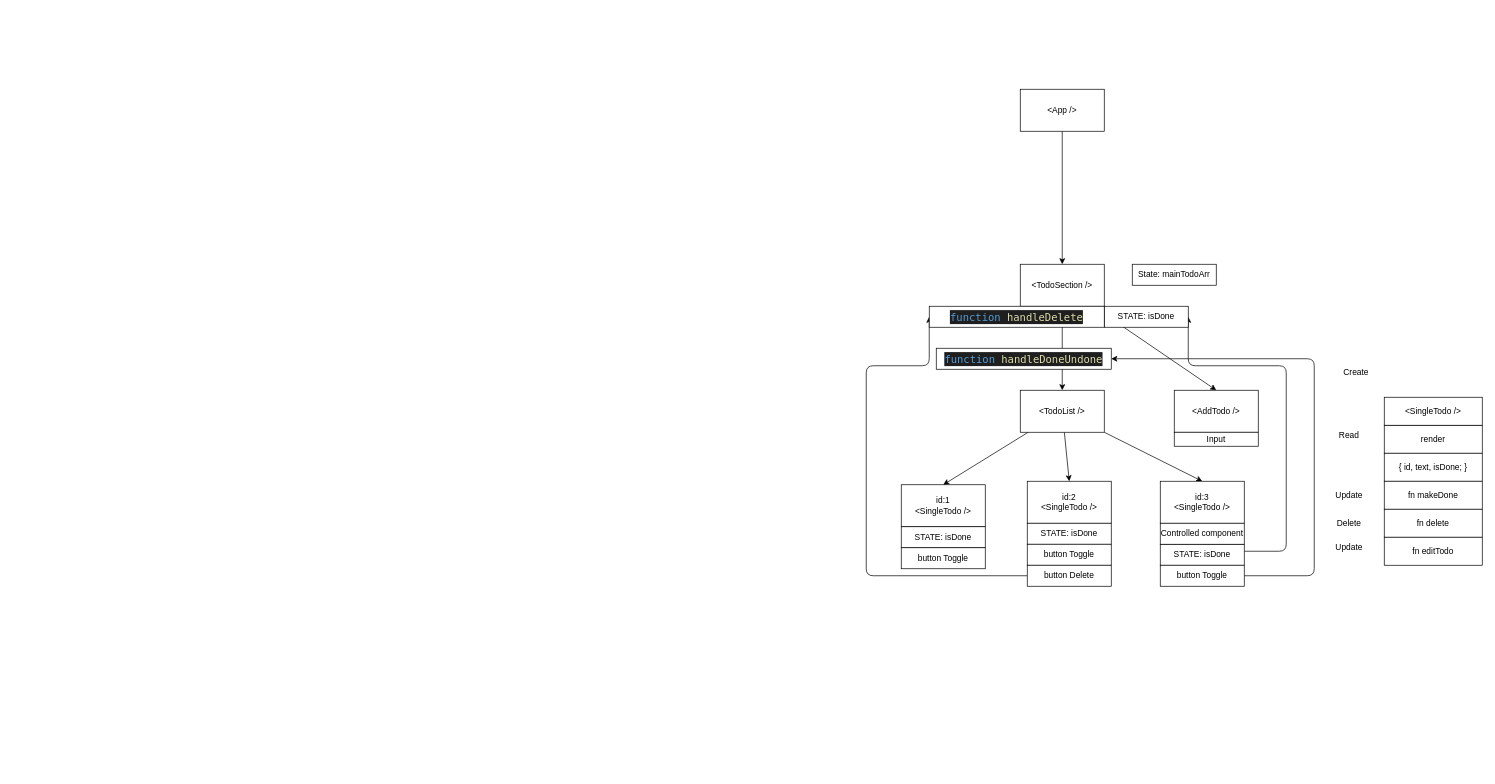
MariusCodeAcademy/type19_06_todo_crud_app keeps this draw.io diagram as todo.drawio. Above is the earlier version. Source tidied: cells renumbered, new cells numbered last; positions are measured from the earlier drawing's top-left corner, leaving out a move shared by most shapes. Both pictures are drawn from the tidied source at 70%, with x=0, y=0 at pixel (866, 89).
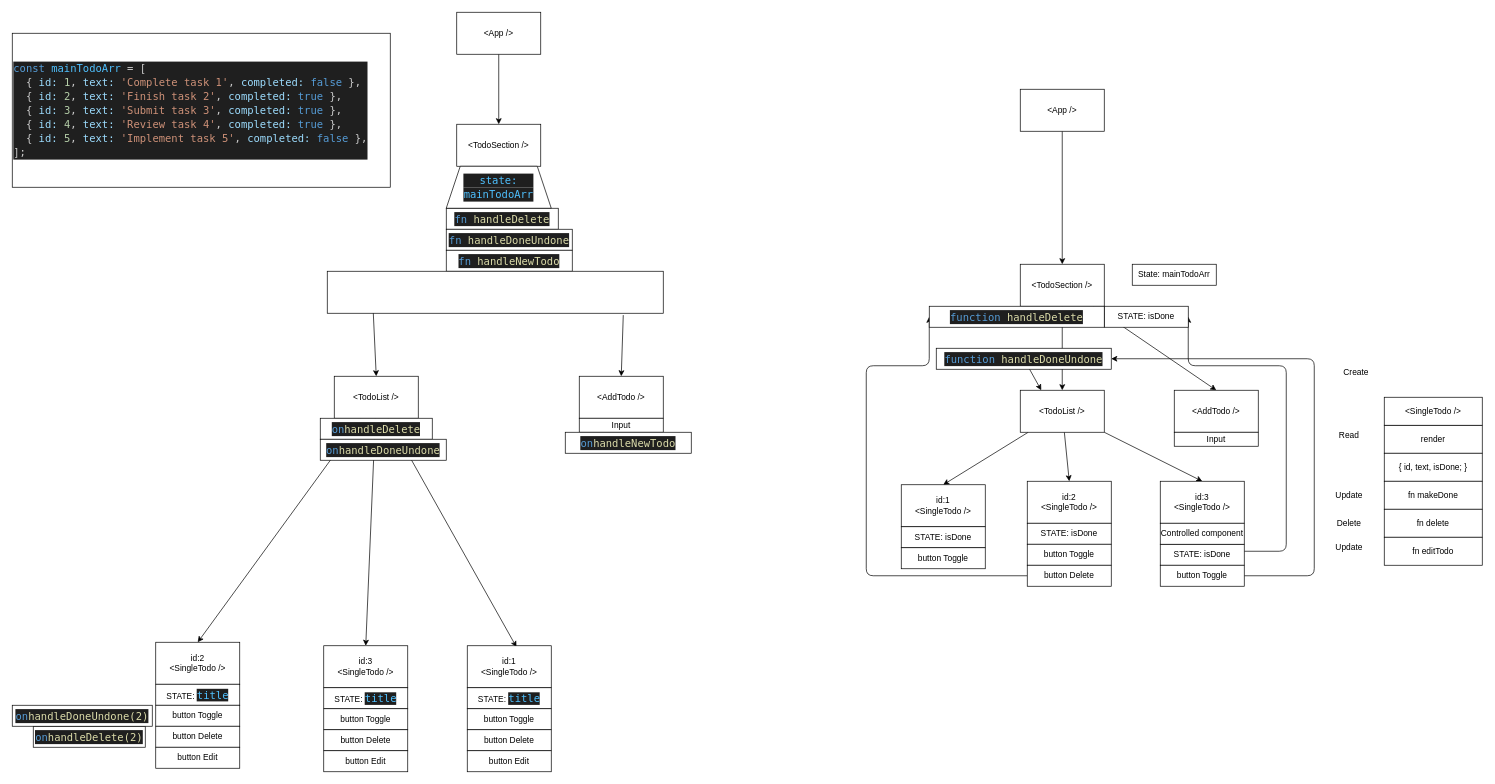
Above is the later version.

Commit message (it also covers changes not shown here):
todoList + draw

Unchanged cells that the change refers to:
```xml
<mxCell id="19" value="&amp;lt;TodoList /&amp;gt;" style="rounded=0;whiteSpace=wrap;html=1;" parent="1" vertex="1">
  <mxGeometry x="220" y="430" width="120" height="60" as="geometry" />
</mxCell>
<mxCell id="39" value="&lt;div style=&quot;color: rgb(204, 204, 204); background-color: rgb(31, 31, 31); font-family: &amp;quot;Cascadia code PL&amp;quot;, Menlo, Monaco, &amp;quot;Courier New&amp;quot;, monospace, Consolas, &amp;quot;Courier New&amp;quot;, monospace; font-size: 15px; line-height: 20px;&quot;&gt;&lt;span style=&quot;color: #569cd6;&quot;&gt;function&lt;/span&gt; &lt;span style=&quot;color: #dcdcaa;&quot;&gt;handleDoneUndone&lt;/span&gt;&lt;/div&gt;" style="rounded=0;whiteSpace=wrap;html=1;" parent="1" vertex="1">
  <mxGeometry x="100" y="370" width="250" height="30" as="geometry" />
</mxCell>
```

What changed in the source:
```diff
@@
+    <mxCell id="42" style="edgeStyle=none;html=1;entryX=0.25;entryY=0;entryDx=0;entryDy=0;" parent="1" edge="1" source="39" target="19">
+      <mxGeometry relative="1" as="geometry" />
+    </mxCell>
@@
+    <mxCell id="43" style="edgeStyle=none;html=1;entryX=0.5;entryY=0;entryDx=0;entryDy=0;" parent="1" edge="1" source="44" target="45">
+      <mxGeometry relative="1" as="geometry" />
+    </mxCell>
+    <mxCell id="44" value="&amp;lt;App /&amp;gt;" style="rounded=0;whiteSpace=wrap;html=1;" parent="1" vertex="1">
+      <mxGeometry x="-585" y="-110" width="120" height="60" as="geometry" />
+    </mxCell>
+    <mxCell id="45" value="&amp;lt;TodoSection /&amp;gt;" style="rounded=0;whiteSpace=wrap;html=1;" parent="1" vertex="1">
+      <mxGeometry x="-585" y="50" width="120" height="60" as="geometry" />
+    </mxCell>
+    <mxCell id="46" value="&lt;div style=&quot;background-color: rgb(31, 31, 31); font-family: &amp;quot;Cascadia code PL&amp;quot;, Menlo, Monaco, &amp;quot;Courier New&amp;quot;, monospace, Consolas, &amp;quot;Courier New&amp;quot;, monospace; font-size: 15px; line-height: 20px;&quot;&gt;&lt;font color=&quot;#569cd6&quot;&gt;fn&amp;nbsp;&lt;/font&gt;&lt;span style=&quot;color: rgb(220, 220, 170);&quot;&gt;handleDelete&lt;/span&gt;&lt;/div&gt;" style="rounded=0;whiteSpace=wrap;html=1;" parent="1" vertex="1">
+      <mxGeometry x="-600" y="170" width="160" height="30" as="geometry" />
+    </mxCell>
+    <mxCell id="47" value="&lt;div style=&quot;color: rgb(204, 204, 204); background-color: rgb(31, 31, 31); font-family: &amp;quot;Cascadia code PL&amp;quot;, Menlo, Monaco, &amp;quot;Courier New&amp;quot;, monospace, Consolas, &amp;quot;Courier New&amp;quot;, monospace; font-size: 15px; line-height: 20px;&quot;&gt;&lt;span style=&quot;color: #569cd6;&quot;&gt;fn&lt;/span&gt; &lt;span style=&quot;color: #dcdcaa;&quot;&gt;handleDoneUndone&lt;/span&gt;&lt;/div&gt;" style="rounded=0;whiteSpace=wrap;html=1;" parent="1" vertex="1">
+      <mxGeometry x="-600" y="200" width="180" height="30" as="geometry" />
+    </mxCell>
+    <mxCell id="48" value="&lt;div style=&quot;color: rgb(204, 204, 204); background-color: rgb(31, 31, 31); font-family: &amp;quot;Cascadia code PL&amp;quot;, Menlo, Monaco, &amp;quot;Courier New&amp;quot;, monospace, Consolas, &amp;quot;Courier New&amp;quot;, monospace; font-size: 15px; line-height: 20px;&quot;&gt;&lt;span style=&quot;color: #569cd6;&quot;&gt;fn&lt;/span&gt;&amp;nbsp;&lt;span style=&quot;color: rgb(220, 220, 170);&quot;&gt;handleNewTodo&lt;/span&gt;&lt;/div&gt;" style="rounded=0;whiteSpace=wrap;html=1;" parent="1" vertex="1">
+      <mxGeometry x="-600" y="230" width="180" height="30" as="geometry" />
+    </mxCell>
+    <mxCell id="49" style="edgeStyle=none;html=1;entryX=0.5;entryY=0;entryDx=0;entryDy=0;exitX=0.881;exitY=1.045;exitDx=0;exitDy=0;exitPerimeter=0;" parent="1" edge="1" source="51" target="52">
+      <mxGeometry relative="1" as="geometry" />
+    </mxCell>
+    <mxCell id="50" style="edgeStyle=none;html=1;entryX=0.5;entryY=0;entryDx=0;entryDy=0;exitX=0.137;exitY=0.992;exitDx=0;exitDy=0;exitPerimeter=0;" parent="1" edge="1" source="51" target="57">
+      <mxGeometry relative="1" as="geometry" />
+    </mxCell>
+    <mxCell id="51" style="rounded=0;whiteSpace=wrap;html=1;" parent="1" vertex="1">
+      <mxGeometry x="-770" y="260" width="480" height="60" as="geometry" />
+    </mxCell>
+    <mxCell id="52" value="&amp;lt;AddTodo /&amp;gt;" style="rounded=0;whiteSpace=wrap;html=1;" parent="1" vertex="1">
+      <mxGeometry x="-410" y="410" width="120" height="60" as="geometry" />
+    </mxCell>
+    <mxCell id="53" value="Input" style="rounded=0;whiteSpace=wrap;html=1;" parent="1" vertex="1">
+      <mxGeometry x="-410" y="470" width="120" height="20" as="geometry" />
+    </mxCell>
+    <mxCell id="54" style="edgeStyle=none;html=1;entryX=0.5;entryY=0;entryDx=0;entryDy=0;" parent="1" edge="1" source="57" target="59">
+      <mxGeometry relative="1" as="geometry" />
+    </mxCell>
+    <mxCell id="55" style="edgeStyle=none;html=1;entryX=0.5;entryY=0;entryDx=0;entryDy=0;" parent="1" edge="1" source="57" target="64">
+      <mxGeometry relative="1" as="geometry" />
+    </mxCell>
+    <mxCell id="56" style="edgeStyle=none;html=1;entryX=0.586;entryY=0.031;entryDx=0;entryDy=0;entryPerimeter=0;" parent="1" edge="1" source="57" target="69">
+      <mxGeometry relative="1" as="geometry" />
+    </mxCell>
+    <mxCell id="57" value="&amp;lt;TodoList /&amp;gt;" style="rounded=0;whiteSpace=wrap;html=1;" parent="1" vertex="1">
+      <mxGeometry x="-760" y="410" width="120" height="60" as="geometry" />
+    </mxCell>
+    <mxCell id="58" value="&lt;div style=&quot;color: rgb(204, 204, 204); background-color: rgb(31, 31, 31); font-family: &amp;quot;Cascadia code PL&amp;quot;, Menlo, Monaco, &amp;quot;Courier New&amp;quot;, monospace, Consolas, &amp;quot;Courier New&amp;quot;, monospace; font-size: 15px; line-height: 20px;&quot;&gt;&lt;span style=&quot;color: #4fc1ff;&quot;&gt;state:&lt;/span&gt;&lt;/div&gt;&lt;div style=&quot;color: rgb(204, 204, 204); background-color: rgb(31, 31, 31); font-family: &amp;quot;Cascadia code PL&amp;quot;, Menlo, Monaco, &amp;quot;Courier New&amp;quot;, monospace, Consolas, &amp;quot;Courier New&amp;quot;, monospace; font-size: 15px; line-height: 20px;&quot;&gt;&lt;span style=&quot;color: #4fc1ff;&quot;&gt;mainTodoArr&lt;/span&gt;&lt;/div&gt;" style="shape=trapezoid;perimeter=trapezoidPerimeter;whiteSpace=wrap;html=1;fixedSize=1;" parent="1" vertex="1">
+      <mxGeometry x="-600" y="110" width="150" height="60" as="geometry" />
+    </mxCell>
+    <mxCell id="59" value="id:2&lt;br&gt;&amp;lt;SingleTodo /&amp;gt;" style="rounded=0;whiteSpace=wrap;html=1;" parent="1" vertex="1">
+      <mxGeometry x="-1015" y="790" width="120" height="60" as="geometry" />
+    </mxCell>
+    <mxCell id="60" value="STATE:&amp;nbsp;&lt;span style=&quot;color: rgb(79, 193, 255); background-color: rgb(31, 31, 31); font-family: &amp;quot;Cascadia code PL&amp;quot;, Menlo, Monaco, &amp;quot;Courier New&amp;quot;, monospace, Consolas, &amp;quot;Courier New&amp;quot;, monospace; font-size: 15px;&quot;&gt;title&lt;/span&gt;" style="rounded=0;whiteSpace=wrap;html=1;" parent="1" vertex="1">
+      <mxGeometry x="-1015" y="850" width="120" height="30" as="geometry" />
+    </mxCell>
+    <mxCell id="61" value="button Toggle" style="rounded=0;whiteSpace=wrap;html=1;" parent="1" vertex="1">
+      <mxGeometry x="-1015" y="880" width="120" height="30" as="geometry" />
+    </mxCell>
+    <mxCell id="62" value="button Delete" style="rounded=0;whiteSpace=wrap;html=1;" parent="1" vertex="1">
+      <mxGeometry x="-1015" y="910" width="120" height="30" as="geometry" />
+    </mxCell>
+    <mxCell id="63" value="button Edit" style="rounded=0;whiteSpace=wrap;html=1;" parent="1" vertex="1">
+      <mxGeometry x="-1015" y="940" width="120" height="30" as="geometry" />
+    </mxCell>
+    <mxCell id="64" value="id:3&lt;br&gt;&amp;lt;SingleTodo /&amp;gt;" style="rounded=0;whiteSpace=wrap;html=1;" parent="1" vertex="1">
+      <mxGeometry x="-775" y="795" width="120" height="60" as="geometry" />
+    </mxCell>
+    <mxCell id="65" value="STATE:&amp;nbsp;&lt;span style=&quot;color: rgb(79, 193, 255); background-color: rgb(31, 31, 31); font-family: &amp;quot;Cascadia code PL&amp;quot;, Menlo, Monaco, &amp;quot;Courier New&amp;quot;, monospace, Consolas, &amp;quot;Courier New&amp;quot;, monospace; font-size: 15px;&quot;&gt;title&lt;/span&gt;" style="rounded=0;whiteSpace=wrap;html=1;" parent="1" vertex="1">
+      <mxGeometry x="-775" y="855" width="120" height="30" as="geometry" />
+    </mxCell>
+    <mxCell id="66" value="button Toggle" style="rounded=0;whiteSpace=wrap;html=1;" parent="1" vertex="1">
+      <mxGeometry x="-775" y="885" width="120" height="30" as="geometry" />
+    </mxCell>
+    <mxCell id="67" value="button Delete" style="rounded=0;whiteSpace=wrap;html=1;" parent="1" vertex="1">
+      <mxGeometry x="-775" y="915" width="120" height="30" as="geometry" />
+    </mxCell>
+    <mxCell id="68" value="button Edit" style="rounded=0;whiteSpace=wrap;html=1;" parent="1" vertex="1">
+      <mxGeometry x="-775" y="945" width="120" height="30" as="geometry" />
+    </mxCell>
+    <mxCell id="69" value="id:1&lt;br&gt;&amp;lt;SingleTodo /&amp;gt;" style="rounded=0;whiteSpace=wrap;html=1;" parent="1" vertex="1">
+      <mxGeometry x="-570" y="795" width="120" height="60" as="geometry" />
+    </mxCell>
+    <mxCell id="70" value="STATE:&amp;nbsp;&lt;span style=&quot;color: rgb(79, 193, 255); background-color: rgb(31, 31, 31); font-family: &amp;quot;Cascadia code PL&amp;quot;, Menlo, Monaco, &amp;quot;Courier New&amp;quot;, monospace, Consolas, &amp;quot;Courier New&amp;quot;, monospace; font-size: 15px;&quot;&gt;title&lt;/span&gt;" style="rounded=0;whiteSpace=wrap;html=1;" parent="1" vertex="1">
+      <mxGeometry x="-570" y="855" width="120" height="30" as="geometry" />
+    </mxCell>
+    <mxCell id="71" value="button Toggle" style="rounded=0;whiteSpace=wrap;html=1;" parent="1" vertex="1">
+      <mxGeometry x="-570" y="885" width="120" height="30" as="geometry" />
+    </mxCell>
+    <mxCell id="72" value="button Delete" style="rounded=0;whiteSpace=wrap;html=1;" parent="1" vertex="1">
+      <mxGeometry x="-570" y="915" width="120" height="30" as="geometry" />
+    </mxCell>
+    <mxCell id="73" value="button Edit" style="rounded=0;whiteSpace=wrap;html=1;" parent="1" vertex="1">
+      <mxGeometry x="-570" y="945" width="120" height="30" as="geometry" />
+    </mxCell>
+    <mxCell id="74" value="&lt;div style=&quot;background-color: rgb(31, 31, 31); font-family: &amp;quot;Cascadia code PL&amp;quot;, Menlo, Monaco, &amp;quot;Courier New&amp;quot;, monospace, Consolas, &amp;quot;Courier New&amp;quot;, monospace; font-size: 15px; line-height: 20px;&quot;&gt;&lt;font color=&quot;#569cd6&quot;&gt;on&lt;/font&gt;&lt;span style=&quot;color: rgb(220, 220, 170);&quot;&gt;handleDelete&lt;/span&gt;&lt;/div&gt;" style="rounded=0;whiteSpace=wrap;html=1;" parent="1" vertex="1">
+      <mxGeometry x="-780" y="470" width="160" height="30" as="geometry" />
+    </mxCell>
+    <mxCell id="75" value="&lt;div style=&quot;background-color: rgb(31, 31, 31); font-family: &amp;quot;Cascadia code PL&amp;quot;, Menlo, Monaco, &amp;quot;Courier New&amp;quot;, monospace, Consolas, &amp;quot;Courier New&amp;quot;, monospace; font-size: 15px; line-height: 20px;&quot;&gt;&lt;font color=&quot;#569cd6&quot;&gt;on&lt;/font&gt;&lt;span style=&quot;color: rgb(220, 220, 170);&quot;&gt;handleDoneUndone&lt;/span&gt;&lt;/div&gt;" style="rounded=0;whiteSpace=wrap;html=1;" parent="1" vertex="1">
+      <mxGeometry x="-780" y="500" width="180" height="30" as="geometry" />
+    </mxCell>
+    <mxCell id="76" value="&lt;div style=&quot;background-color: rgb(31, 31, 31); font-family: &amp;quot;Cascadia code PL&amp;quot;, Menlo, Monaco, &amp;quot;Courier New&amp;quot;, monospace, Consolas, &amp;quot;Courier New&amp;quot;, monospace; font-size: 15px; line-height: 20px;&quot;&gt;&lt;font color=&quot;#569cd6&quot;&gt;on&lt;/font&gt;&lt;span style=&quot;color: rgb(220, 220, 170);&quot;&gt;handleNewTodo&lt;/span&gt;&lt;/div&gt;" style="rounded=0;whiteSpace=wrap;html=1;" parent="1" vertex="1">
+      <mxGeometry x="-430" y="490" width="180" height="30" as="geometry" />
+    </mxCell>
+    <mxCell id="77" value="&lt;div style=&quot;background-color: rgb(31, 31, 31); font-family: &amp;quot;Cascadia code PL&amp;quot;, Menlo, Monaco, &amp;quot;Courier New&amp;quot;, monospace, Consolas, &amp;quot;Courier New&amp;quot;, monospace; font-size: 15px; line-height: 20px;&quot;&gt;&lt;font color=&quot;#569cd6&quot;&gt;on&lt;/font&gt;&lt;span style=&quot;color: rgb(220, 220, 170);&quot;&gt;handleDelete(2)&lt;/span&gt;&lt;/div&gt;" style="rounded=0;whiteSpace=wrap;html=1;" parent="1" vertex="1">
+      <mxGeometry x="-1190" y="910" width="160" height="30" as="geometry" />
+    </mxCell>
+    <mxCell id="78" value="&lt;div style=&quot;background-color: rgb(31, 31, 31); font-family: &amp;quot;Cascadia code PL&amp;quot;, Menlo, Monaco, &amp;quot;Courier New&amp;quot;, monospace, Consolas, &amp;quot;Courier New&amp;quot;, monospace; font-size: 15px; line-height: 20px;&quot;&gt;&lt;font color=&quot;#569cd6&quot;&gt;on&lt;/font&gt;&lt;span style=&quot;color: rgb(220, 220, 170);&quot;&gt;handleDoneUndone(2)&lt;/span&gt;&lt;/div&gt;" style="rounded=0;whiteSpace=wrap;html=1;" parent="1" vertex="1">
+      <mxGeometry x="-1220" y="880" width="200" height="30" as="geometry" />
+    </mxCell>
+    <mxCell id="79" value="&lt;div style=&quot;color: rgb(204, 204, 204); background-color: rgb(31, 31, 31); font-family: &amp;quot;Cascadia code PL&amp;quot;, Menlo, Monaco, &amp;quot;Courier New&amp;quot;, monospace, Consolas, &amp;quot;Courier New&amp;quot;, monospace; font-size: 15px; line-height: 20px;&quot;&gt;&lt;div&gt;&lt;span style=&quot;color: #569cd6;&quot;&gt;const&lt;/span&gt; &lt;span style=&quot;color: #4fc1ff;&quot;&gt;mainTodoArr&lt;/span&gt; &lt;span style=&quot;color: #d4d4d4;&quot;&gt;=&lt;/span&gt; [&lt;/div&gt;&lt;div&gt;&amp;nbsp; { &lt;span style=&quot;color: #9cdcfe;&quot;&gt;id&lt;/span&gt;&lt;span style=&quot;color: #9cdcfe;&quot;&gt;:&lt;/span&gt; &lt;span style=&quot;color: #b5cea8;&quot;&gt;1&lt;/span&gt;, &lt;span style=&quot;color: #9cdcfe;&quot;&gt;text&lt;/span&gt;&lt;span style=&quot;color: #9cdcfe;&quot;&gt;:&lt;/span&gt; &lt;span style=&quot;color: #ce9178;&quot;&gt;'Complete task 1'&lt;/span&gt;, &lt;span style=&quot;color: #9cdcfe;&quot;&gt;completed&lt;/span&gt;&lt;span style=&quot;color: #9cdcfe;&quot;&gt;:&lt;/span&gt; &lt;span style=&quot;color: #569cd6;&quot;&gt;false&lt;/span&gt; },&lt;/div&gt;&lt;div&gt;&amp;nbsp; { &lt;span style=&quot;color: #9cdcfe;&quot;&gt;id&lt;/span&gt;&lt;span style=&quot;color: #9cdcfe;&quot;&gt;:&lt;/span&gt; &lt;span style=&quot;color: #b5cea8;&quot;&gt;2&lt;/span&gt;, &lt;span style=&quot;color: #9cdcfe;&quot;&gt;text&lt;/span&gt;&lt;span style=&quot;color: #9cdcfe;&quot;&gt;:&lt;/span&gt; &lt;span style=&quot;color: #ce9178;&quot;&gt;'Finish task 2'&lt;/span&gt;, &lt;span style=&quot;color: #9cdcfe;&quot;&gt;completed&lt;/span&gt;&lt;span style=&quot;color: #9cdcfe;&quot;&gt;:&lt;/span&gt; &lt;span style=&quot;color: #569cd6;&quot;&gt;true&lt;/span&gt; },&lt;/div&gt;&lt;div&gt;&amp;nbsp; { &lt;span style=&quot;color: #9cdcfe;&quot;&gt;id&lt;/span&gt;&lt;span style=&quot;color: #9cdcfe;&quot;&gt;:&lt;/span&gt; &lt;span style=&quot;color: #b5cea8;&quot;&gt;3&lt;/span&gt;, &lt;span style=&quot;color: #9cdcfe;&quot;&gt;text&lt;/span&gt;&lt;span style=&quot;color: #9cdcfe;&quot;&gt;:&lt;/span&gt; &lt;span style=&quot;color: #ce9178;&quot;&gt;'Submit task 3'&lt;/span&gt;, &lt;span style=&quot;color: #9cdcfe;&quot;&gt;completed&lt;/span&gt;&lt;span style=&quot;color: #9cdcfe;&quot;&gt;:&lt;/span&gt; &lt;span style=&quot;color: #569cd6;&quot;&gt;true&lt;/span&gt; },&lt;/div&gt;&lt;div&gt;&amp;nbsp; { &lt;span style=&quot;color: #9cdcfe;&quot;&gt;id&lt;/span&gt;&lt;span style=&quot;color: #9cdcfe;&quot;&gt;:&lt;/span&gt; &lt;span style=&quot;color: #b5cea8;&quot;&gt;4&lt;/span&gt;, &lt;span style=&quot;color: #9cdcfe;&quot;&gt;text&lt;/span&gt;&lt;span style=&quot;color: #9cdcfe;&quot;&gt;:&lt;/span&gt; &lt;span style=&quot;color: #ce9178;&quot;&gt;'Review task 4'&lt;/span&gt;, &lt;span style=&quot;color: #9cdcfe;&quot;&gt;completed&lt;/span&gt;&lt;span style=&quot;color: #9cdcfe;&quot;&gt;:&lt;/span&gt; &lt;span style=&quot;color: #569cd6;&quot;&gt;true&lt;/span&gt; },&lt;/div&gt;&lt;div&gt;&amp;nbsp; { &lt;span style=&quot;color: #9cdcfe;&quot;&gt;id&lt;/span&gt;&lt;span style=&quot;color: #9cdcfe;&quot;&gt;:&lt;/span&gt; &lt;span style=&quot;color: #b5cea8;&quot;&gt;5&lt;/span&gt;, &lt;span style=&quot;color: #9cdcfe;&quot;&gt;text&lt;/span&gt;&lt;span style=&quot;color: #9cdcfe;&quot;&gt;:&lt;/span&gt; &lt;span style=&quot;color: #ce9178;&quot;&gt;'Implement task 5'&lt;/span&gt;, &lt;span style=&quot;color: #9cdcfe;&quot;&gt;completed&lt;/span&gt;&lt;span style=&quot;color: #9cdcfe;&quot;&gt;:&lt;/span&gt; &lt;span style=&quot;color: #569cd6;&quot;&gt;false&lt;/span&gt; },&lt;/div&gt;&lt;div&gt;];&lt;/div&gt;&lt;/div&gt;" style="rounded=0;whiteSpace=wrap;html=1;align=left;" parent="1" vertex="1">
+      <mxGeometry x="-1220" y="-80" width="540" height="220" as="geometry" />
+    </mxCell>
```
